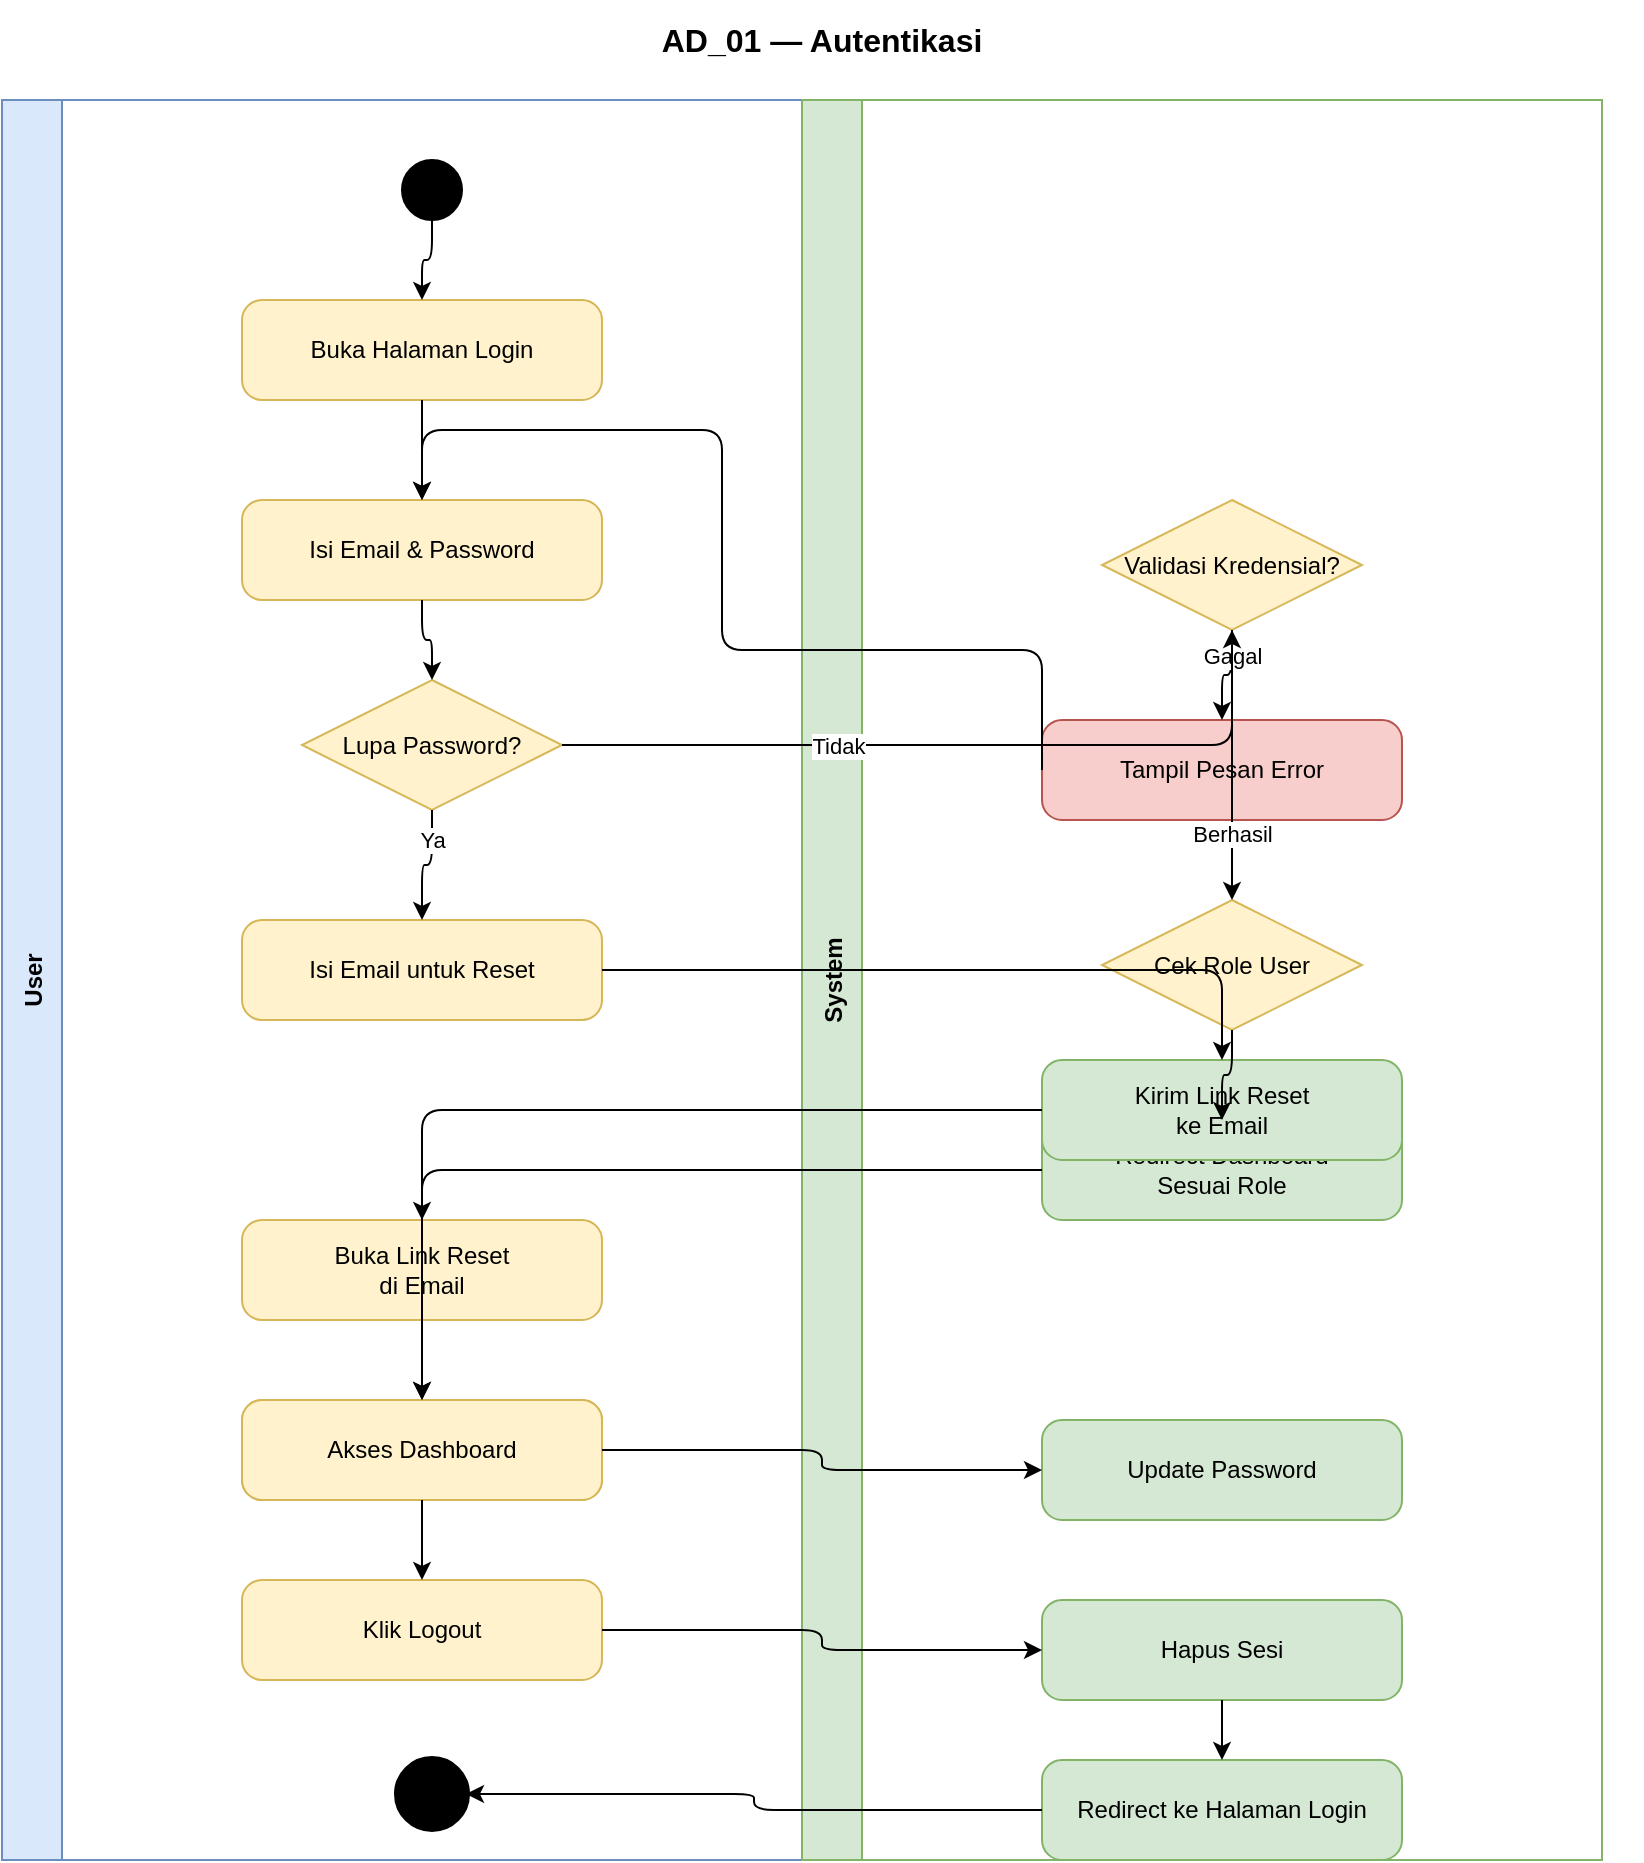
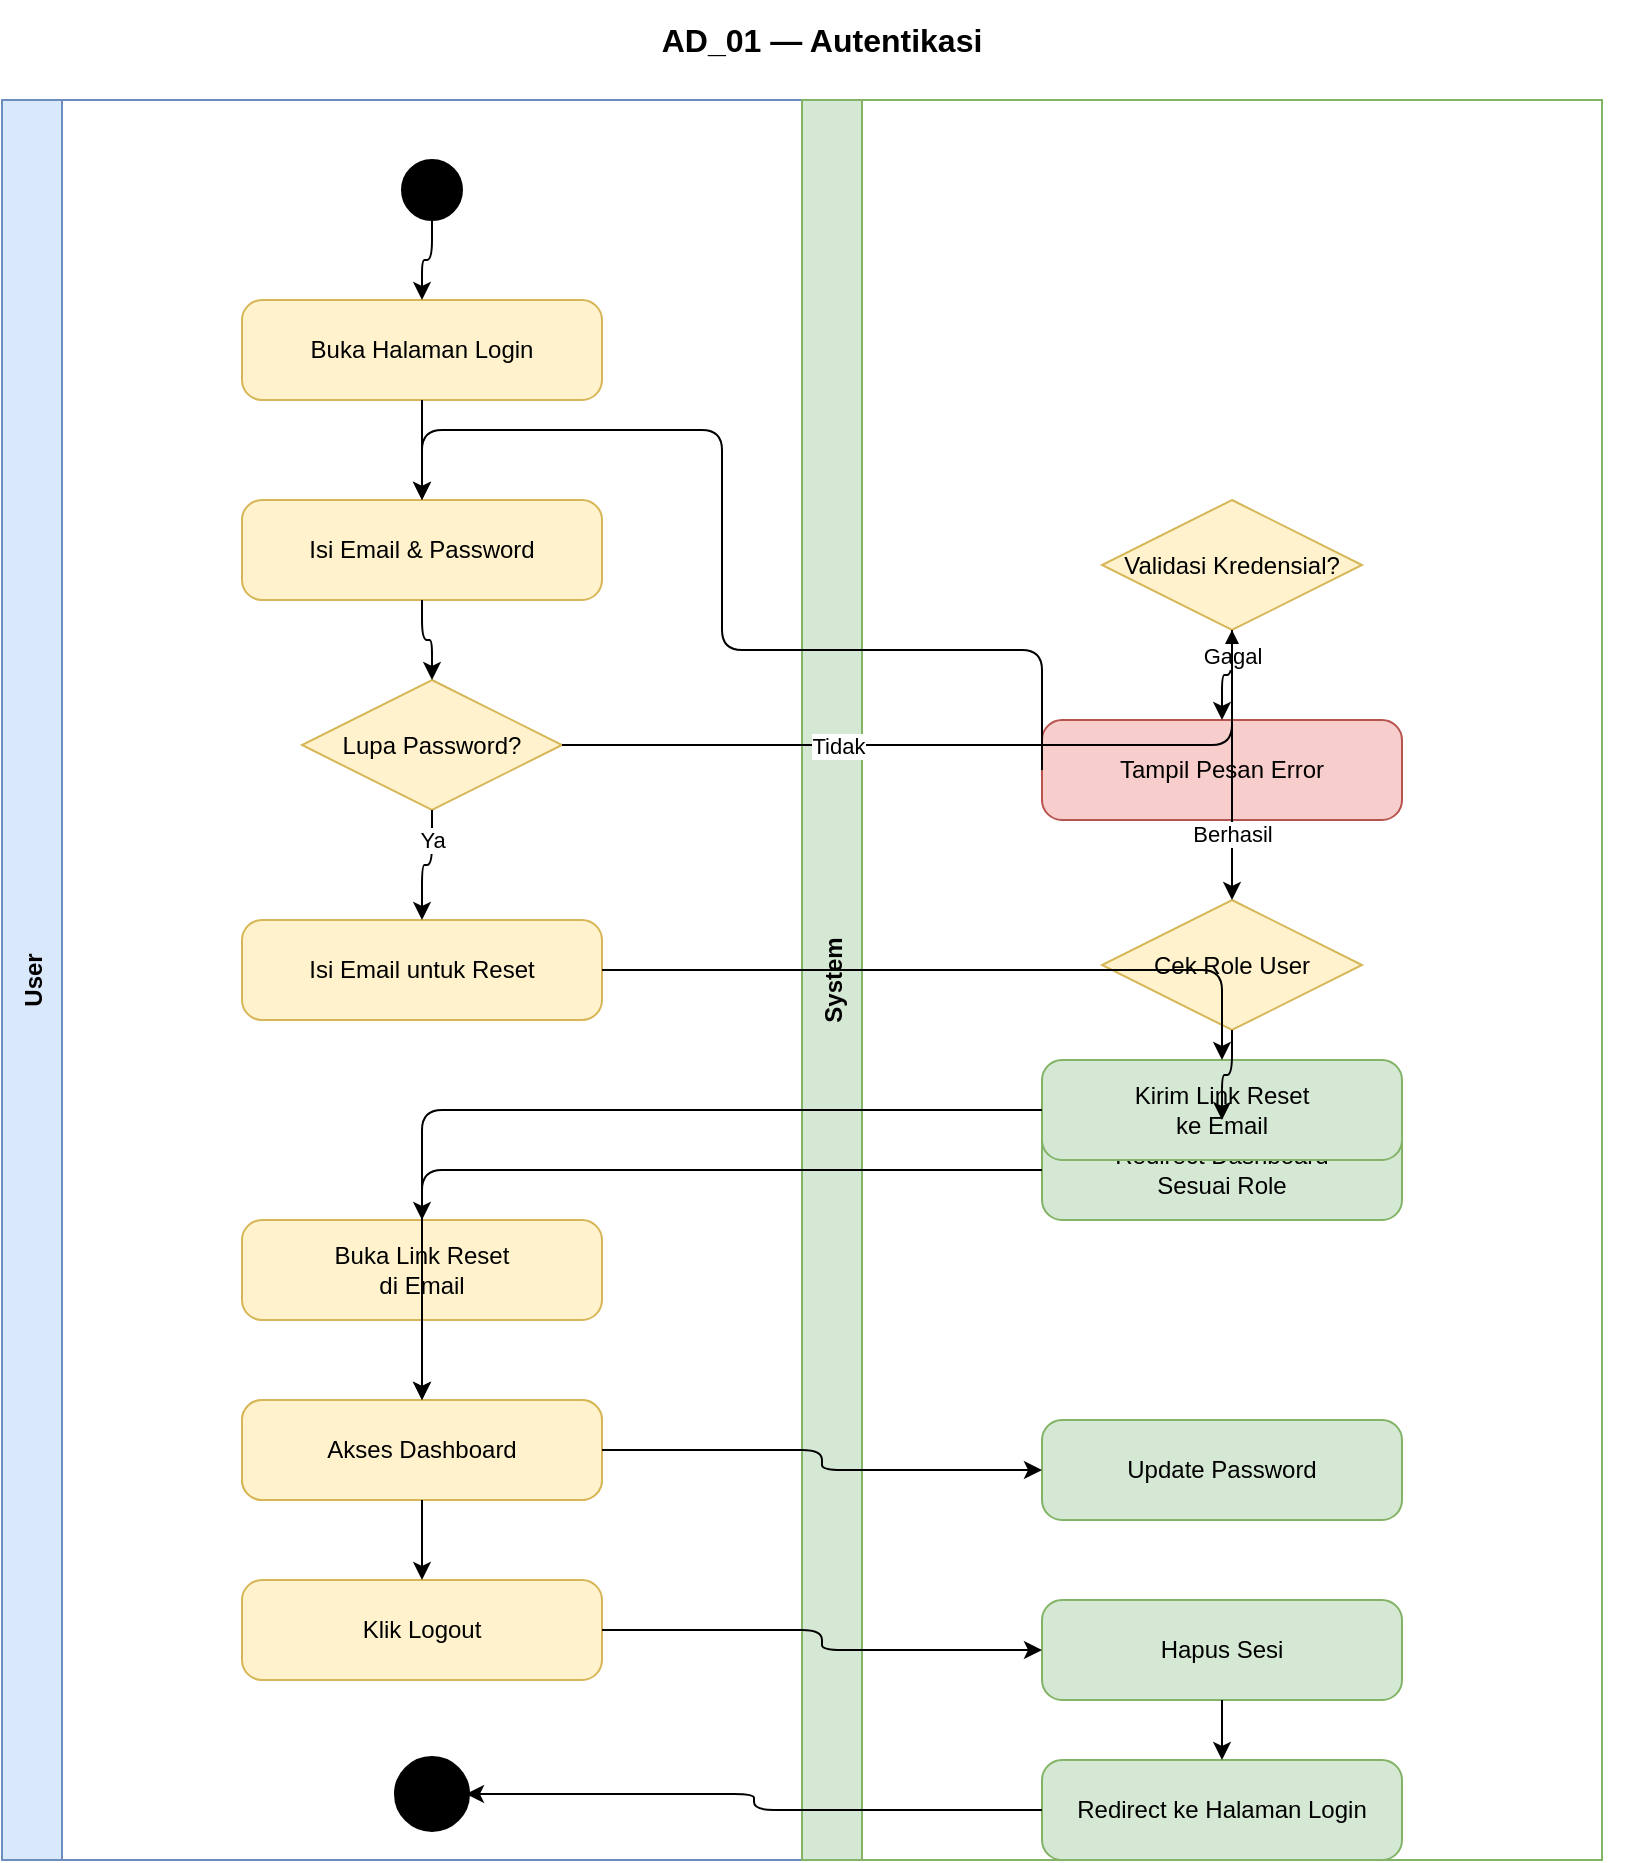
<?xml version="1.0" encoding="UTF-8"?>
- <mxGraphModel dx="1422" dy="762" grid="1" gridSize="10" guides="1" tooltips="1" connect="1" arrows="1" fold="1" page="1" pageScale="1" pageWidth="1169" pageHeight="827" math="0" shadow="0">
+ <mxfile host="app.diagrams.net">
+   <diagram name="Page-1">
+     <mxGraphModel dx="1422" dy="762" grid="1" gridSize="10" guides="1" tooltips="1" connect="1" arrows="1" fold="1" page="1" pageScale="1" pageWidth="1169" pageHeight="827" math="0" shadow="0">
  <root>
    <mxCell id="0"/>
    <mxCell id="1" parent="0"/>

    <!-- Title -->
    <mxCell id="title" value="AD_01 — Autentikasi" style="text;html=1;strokeColor=none;fillColor=none;align=center;verticalAlign=middle;whiteSpace=wrap;fontSize=16;fontStyle=1;" vertex="1" parent="1">
      <mxGeometry x="20" y="10" width="820" height="40" as="geometry"/>
    </mxCell>

    <!-- Lane 1: User -->
    <mxCell id="lane1" value="User" style="swimlane;startSize=30;horizontal=0;fillColor=#dae8fc;strokeColor=#6c8ebf;fontStyle=1;fontSize=12;" vertex="1" parent="1">
      <mxGeometry x="20" y="60" width="400" height="880" as="geometry"/>
    </mxCell>

    <!-- Lane 2: System -->
    <mxCell id="lane2" value="System" style="swimlane;startSize=30;horizontal=0;fillColor=#d5e8d4;strokeColor=#82b366;fontStyle=1;fontSize=12;" vertex="1" parent="1">
      <mxGeometry x="420" y="60" width="400" height="880" as="geometry"/>
    </mxCell>

    <!-- ===== USER LANE ===== -->

    <!-- Start -->
-     <mxCell id="u_start" value="" style="ellipse;aspect=fixed;fillColor=#000000;strokeColor=#000000;" vertex="1" parent="lane1">
-       <mxGeometry x="200" y="30" width="30" height="30" as="geometry"/>
+     <mxCell id="u_start" value="" style="ellipse;aspect=fixed;fillColor=#000000;strokeColor=#000000;" vertex="1" parent="1">
+       <mxGeometry x="220" y="90" width="30" height="30" as="geometry"/>
    </mxCell>

    <!-- Buka Halaman Login -->
-     <mxCell id="u_open" value="Buka Halaman Login" style="rounded=1;whiteSpace=wrap;html=1;fillColor=#fff2cc;strokeColor=#d6b656;arcSize=20;" vertex="1" parent="lane1">
-       <mxGeometry x="120" y="100" width="180" height="50" as="geometry"/>
+     <mxCell id="u_open" value="Buka Halaman Login" style="rounded=1;whiteSpace=wrap;html=1;fillColor=#fff2cc;strokeColor=#d6b656;arcSize=20;" vertex="1" parent="1">
+       <mxGeometry x="140" y="160" width="180" height="50" as="geometry"/>
    </mxCell>

    <!-- Isi Email & Password -->
-     <mxCell id="u_fill" value="Isi Email &amp; Password" style="rounded=1;whiteSpace=wrap;html=1;fillColor=#fff2cc;strokeColor=#d6b656;arcSize=20;" vertex="1" parent="lane1">
-       <mxGeometry x="120" y="200" width="180" height="50" as="geometry"/>
+     <mxCell id="u_fill" value="Isi Email &amp; Password" style="rounded=1;whiteSpace=wrap;html=1;fillColor=#fff2cc;strokeColor=#d6b656;arcSize=20;" vertex="1" parent="1">
+       <mxGeometry x="140" y="260" width="180" height="50" as="geometry"/>
    </mxCell>

    <!-- Klik Lupa Password? (Decision) -->
-     <mxCell id="u_forgot_dec" value="Lupa Password?" style="rhombus;whiteSpace=wrap;html=1;fillColor=#fff2cc;strokeColor=#d6b656;" vertex="1" parent="lane1">
-       <mxGeometry x="150" y="290" width="130" height="65" as="geometry"/>
+     <mxCell id="u_forgot_dec" value="Lupa Password?" style="rhombus;whiteSpace=wrap;html=1;fillColor=#fff2cc;strokeColor=#d6b656;" vertex="1" parent="1">
+       <mxGeometry x="170" y="350" width="130" height="65" as="geometry"/>
    </mxCell>

    <!-- Isi Email Reset -->
-     <mxCell id="u_reset_email" value="Isi Email untuk Reset" style="rounded=1;whiteSpace=wrap;html=1;fillColor=#fff2cc;strokeColor=#d6b656;arcSize=20;" vertex="1" parent="lane1">
-       <mxGeometry x="120" y="410" width="180" height="50" as="geometry"/>
+     <mxCell id="u_reset_email" value="Isi Email untuk Reset" style="rounded=1;whiteSpace=wrap;html=1;fillColor=#fff2cc;strokeColor=#d6b656;arcSize=20;" vertex="1" parent="1">
+       <mxGeometry x="140" y="470" width="180" height="50" as="geometry"/>
    </mxCell>

    <!-- Buka Link Reset di Email -->
-     <mxCell id="u_open_link" value="Buka Link Reset&lt;br&gt;di Email" style="rounded=1;whiteSpace=wrap;html=1;fillColor=#fff2cc;strokeColor=#d6b656;arcSize=20;" vertex="1" parent="lane1">
-       <mxGeometry x="120" y="560" width="180" height="50" as="geometry"/>
+     <mxCell id="u_open_link" value="Buka Link Reset&lt;br&gt;di Email" style="rounded=1;whiteSpace=wrap;html=1;fillColor=#fff2cc;strokeColor=#d6b656;arcSize=20;" vertex="1" parent="1">
+       <mxGeometry x="140" y="620" width="180" height="50" as="geometry"/>
    </mxCell>

    <!-- Isi Password Baru -->
-     <mxCell id="u_new_pass" value="Isi Password Baru" style="rounded=1;whiteSpace=wrap;html=1;fillColor=#fff2cc;strokeColor=#d6b656;arcSize=20;" vertex="1" parent="lane1">
-       <mxGeometry x="120" y="650" width="180" height="50" as="geometry"/>
+     <mxCell id="u_new_pass" value="Isi Password Baru" style="rounded=1;whiteSpace=wrap;html=1;fillColor=#fff2cc;strokeColor=#d6b656;arcSize=20;" vertex="1" parent="1">
+       <mxGeometry x="140" y="710" width="180" height="50" as="geometry"/>
    </mxCell>

    <!-- Akses Dashboard (main flow) -->
-     <mxCell id="u_dashboard" value="Akses Dashboard" style="rounded=1;whiteSpace=wrap;html=1;fillColor=#fff2cc;strokeColor=#d6b656;arcSize=20;" vertex="1" parent="lane1">
-       <mxGeometry x="120" y="650" width="180" height="50" as="geometry"/>
+     <mxCell id="u_dashboard" value="Akses Dashboard" style="rounded=1;whiteSpace=wrap;html=1;fillColor=#fff2cc;strokeColor=#d6b656;arcSize=20;" vertex="1" parent="1">
+       <mxGeometry x="140" y="710" width="180" height="50" as="geometry"/>
    </mxCell>

    <!-- Klik Logout -->
-     <mxCell id="u_logout" value="Klik Logout" style="rounded=1;whiteSpace=wrap;html=1;fillColor=#fff2cc;strokeColor=#d6b656;arcSize=20;" vertex="1" parent="lane1">
-       <mxGeometry x="120" y="740" width="180" height="50" as="geometry"/>
+     <mxCell id="u_logout" value="Klik Logout" style="rounded=1;whiteSpace=wrap;html=1;fillColor=#fff2cc;strokeColor=#d6b656;arcSize=20;" vertex="1" parent="1">
+       <mxGeometry x="140" y="800" width="180" height="50" as="geometry"/>
    </mxCell>

    <!-- End -->
-     <mxCell id="u_end" value="" style="ellipse;aspect=fixed;fillColor=#000000;strokeColor=#000000;strokeWidth=4;" vertex="1" parent="lane1">
-       <mxGeometry x="198" y="830" width="34" height="34" as="geometry"/>
+     <mxCell id="u_end" value="" style="ellipse;aspect=fixed;fillColor=#000000;strokeColor=#000000;strokeWidth=4;" vertex="1" parent="1">
+       <mxGeometry x="218" y="890" width="34" height="34" as="geometry"/>
    </mxCell>

    <!-- ===== SYSTEM LANE ===== -->

    <!-- Validasi Kredensial -->
-     <mxCell id="s_validate" value="Validasi Kredensial?" style="rhombus;whiteSpace=wrap;html=1;fillColor=#fff2cc;strokeColor=#d6b656;" vertex="1" parent="lane2">
-       <mxGeometry x="150" y="200" width="130" height="65" as="geometry"/>
+     <mxCell id="s_validate" value="Validasi Kredensial?" style="rhombus;whiteSpace=wrap;html=1;fillColor=#fff2cc;strokeColor=#d6b656;" vertex="1" parent="1">
+       <mxGeometry x="570" y="260" width="130" height="65" as="geometry"/>
    </mxCell>

    <!-- Tampil Pesan Error -->
-     <mxCell id="s_error" value="Tampil Pesan Error" style="rounded=1;whiteSpace=wrap;html=1;fillColor=#f8cecc;strokeColor=#b85450;arcSize=20;" vertex="1" parent="lane2">
-       <mxGeometry x="120" y="310" width="180" height="50" as="geometry"/>
+     <mxCell id="s_error" value="Tampil Pesan Error" style="rounded=1;whiteSpace=wrap;html=1;fillColor=#f8cecc;strokeColor=#b85450;arcSize=20;" vertex="1" parent="1">
+       <mxGeometry x="540" y="370" width="180" height="50" as="geometry"/>
    </mxCell>

    <!-- Cek Role User -->
-     <mxCell id="s_role" value="Cek Role User" style="rhombus;whiteSpace=wrap;html=1;fillColor=#fff2cc;strokeColor=#d6b656;" vertex="1" parent="lane2">
-       <mxGeometry x="150" y="400" width="130" height="65" as="geometry"/>
+     <mxCell id="s_role" value="Cek Role User" style="rhombus;whiteSpace=wrap;html=1;fillColor=#fff2cc;strokeColor=#d6b656;" vertex="1" parent="1">
+       <mxGeometry x="570" y="460" width="130" height="65" as="geometry"/>
    </mxCell>

    <!-- Redirect Sesuai Role -->
-     <mxCell id="s_redirect" value="Redirect Dashboard&lt;br&gt;Sesuai Role" style="rounded=1;whiteSpace=wrap;html=1;fillColor=#d5e8d4;strokeColor=#82b366;arcSize=20;" vertex="1" parent="lane2">
-       <mxGeometry x="120" y="510" width="180" height="50" as="geometry"/>
+     <mxCell id="s_redirect" value="Redirect Dashboard&lt;br&gt;Sesuai Role" style="rounded=1;whiteSpace=wrap;html=1;fillColor=#d5e8d4;strokeColor=#82b366;arcSize=20;" vertex="1" parent="1">
+       <mxGeometry x="540" y="570" width="180" height="50" as="geometry"/>
    </mxCell>

    <!-- Kirim Link Reset -->
-     <mxCell id="s_send_link" value="Kirim Link Reset&lt;br&gt;ke Email" style="rounded=1;whiteSpace=wrap;html=1;fillColor=#d5e8d4;strokeColor=#82b366;arcSize=20;" vertex="1" parent="lane2">
-       <mxGeometry x="120" y="480" width="180" height="50" as="geometry"/>
+     <mxCell id="s_send_link" value="Kirim Link Reset&lt;br&gt;ke Email" style="rounded=1;whiteSpace=wrap;html=1;fillColor=#d5e8d4;strokeColor=#82b366;arcSize=20;" vertex="1" parent="1">
+       <mxGeometry x="540" y="540" width="180" height="50" as="geometry"/>
    </mxCell>

    <!-- Update Password -->
-     <mxCell id="s_update_pass" value="Update Password" style="rounded=1;whiteSpace=wrap;html=1;fillColor=#d5e8d4;strokeColor=#82b366;arcSize=20;" vertex="1" parent="lane2">
-       <mxGeometry x="120" y="660" width="180" height="50" as="geometry"/>
+     <mxCell id="s_update_pass" value="Update Password" style="rounded=1;whiteSpace=wrap;html=1;fillColor=#d5e8d4;strokeColor=#82b366;arcSize=20;" vertex="1" parent="1">
+       <mxGeometry x="540" y="720" width="180" height="50" as="geometry"/>
    </mxCell>

    <!-- Hapus Sesi -->
-     <mxCell id="s_clear" value="Hapus Sesi" style="rounded=1;whiteSpace=wrap;html=1;fillColor=#d5e8d4;strokeColor=#82b366;arcSize=20;" vertex="1" parent="lane2">
-       <mxGeometry x="120" y="750" width="180" height="50" as="geometry"/>
+     <mxCell id="s_clear" value="Hapus Sesi" style="rounded=1;whiteSpace=wrap;html=1;fillColor=#d5e8d4;strokeColor=#82b366;arcSize=20;" vertex="1" parent="1">
+       <mxGeometry x="540" y="810" width="180" height="50" as="geometry"/>
    </mxCell>

    <!-- Redirect ke Login -->
-     <mxCell id="s_redir_login" value="Redirect ke Halaman Login" style="rounded=1;whiteSpace=wrap;html=1;fillColor=#d5e8d4;strokeColor=#82b366;arcSize=20;" vertex="1" parent="lane2">
-       <mxGeometry x="120" y="830" width="180" height="50" as="geometry"/>
+     <mxCell id="s_redir_login" value="Redirect ke Halaman Login" style="rounded=1;whiteSpace=wrap;html=1;fillColor=#d5e8d4;strokeColor=#82b366;arcSize=20;" vertex="1" parent="1">
+       <mxGeometry x="540" y="890" width="180" height="50" as="geometry"/>
    </mxCell>

    <!-- ===== EDGES ===== -->

    <!-- Start → Buka Login -->
-     <mxCell id="e1" style="edgeStyle=orthogonalEdgeStyle;" edge="1" source="u_start" target="u_open" parent="lane1">
+     <mxCell id="e1" style="edgeStyle=orthogonalEdgeStyle;" edge="1" source="u_start" target="u_open" parent="1">
      <mxGeometry relative="1" as="geometry"/>
    </mxCell>

    <!-- Buka Login → Isi Form -->
-     <mxCell id="e2" style="edgeStyle=orthogonalEdgeStyle;" edge="1" source="u_open" target="u_fill" parent="lane1">
+     <mxCell id="e2" style="edgeStyle=orthogonalEdgeStyle;" edge="1" source="u_open" target="u_fill" parent="1">
      <mxGeometry relative="1" as="geometry"/>
    </mxCell>

    <!-- Isi Form → Lupa Password? -->
-     <mxCell id="e3" style="edgeStyle=orthogonalEdgeStyle;" edge="1" source="u_fill" target="u_forgot_dec" parent="lane1">
+     <mxCell id="e3" style="edgeStyle=orthogonalEdgeStyle;" edge="1" source="u_fill" target="u_forgot_dec" parent="1">
      <mxGeometry relative="1" as="geometry"/>
    </mxCell>

    <!-- Lupa Password? → Isi Email Reset (Ya) -->
-     <mxCell id="e4" style="edgeStyle=orthogonalEdgeStyle;" edge="1" source="u_forgot_dec" target="u_reset_email" parent="lane1">
+     <mxCell id="e4" style="edgeStyle=orthogonalEdgeStyle;" edge="1" source="u_forgot_dec" target="u_reset_email" parent="1">
      <mxGeometry relative="1" as="geometry"/>
    </mxCell>
    <mxCell id="e4_lbl" value="Ya" style="edgeLabel;html=1;align=center;verticalAlign=middle;resizable=0;" vertex="1" connectable="0" parent="e4">
      <mxGeometry x="-0.5" relative="1" as="geometry"><mxPoint as="offset"/></mxGeometry>
    </mxCell>

    <!-- Lupa Password? → System Validasi (Tidak = Login biasa) -->
    <mxCell id="e5" style="edgeStyle=orthogonalEdgeStyle;" edge="1" source="u_forgot_dec" target="s_validate" parent="1">
      <mxGeometry relative="1" as="geometry"/>
    </mxCell>
    <mxCell id="e5_lbl" value="Tidak" style="edgeLabel;html=1;align=center;verticalAlign=middle;resizable=0;" vertex="1" connectable="0" parent="e5">
      <mxGeometry x="-0.3" relative="1" as="geometry"><mxPoint as="offset"/></mxGeometry>
    </mxCell>

    <!-- User Isi Email Reset → System Kirim Link -->
    <mxCell id="e6" style="edgeStyle=orthogonalEdgeStyle;" edge="1" source="u_reset_email" target="s_send_link" parent="1">
      <mxGeometry relative="1" as="geometry"/>
    </mxCell>

    <!-- System Kirim Link → User Buka Link -->
    <mxCell id="e7" style="edgeStyle=orthogonalEdgeStyle;" edge="1" source="s_send_link" target="u_open_link" parent="1">
      <mxGeometry relative="1" as="geometry"/>
    </mxCell>

    <!-- User Buka Link → Isi Password Baru -->
-     <mxCell id="e8" style="edgeStyle=orthogonalEdgeStyle;" edge="1" source="u_open_link" target="u_new_pass" parent="lane1">
+     <mxCell id="e8" style="edgeStyle=orthogonalEdgeStyle;" edge="1" source="u_open_link" target="u_new_pass" parent="1">
      <mxGeometry relative="1" as="geometry"/>
    </mxCell>

    <!-- User Isi Password Baru → System Update Password -->
    <mxCell id="e9" style="edgeStyle=orthogonalEdgeStyle;" edge="1" source="u_new_pass" target="s_update_pass" parent="1">
      <mxGeometry relative="1" as="geometry"/>
    </mxCell>

    <!-- System Validate → Tampil Error (Gagal) -->
-     <mxCell id="e10" style="edgeStyle=orthogonalEdgeStyle;" edge="1" source="s_validate" target="s_error" parent="lane2">
+     <mxCell id="e10" style="edgeStyle=orthogonalEdgeStyle;" edge="1" source="s_validate" target="s_error" parent="1">
      <mxGeometry relative="1" as="geometry"/>
    </mxCell>
    <mxCell id="e10_lbl" value="Gagal" style="edgeLabel;html=1;align=center;verticalAlign=middle;resizable=0;" vertex="1" connectable="0" parent="e10">
      <mxGeometry x="-0.5" relative="1" as="geometry"><mxPoint as="offset"/></mxGeometry>
    </mxCell>

    <!-- System Error → User Isi Form (loop back) -->
    <mxCell id="e11" style="edgeStyle=orthogonalEdgeStyle;exitX=0;exitY=0.5;exitDx=0;exitDy=0;" edge="1" source="s_error" target="u_fill" parent="1">
      <mxGeometry relative="1" as="geometry">
        <Array as="points">
          <mxPoint x="380" y="335"/>
          <mxPoint x="380" y="225"/>
        </Array>
      </mxGeometry>
    </mxCell>

    <!-- System Validate → Cek Role (Berhasil) -->
-     <mxCell id="e12" style="edgeStyle=orthogonalEdgeStyle;" edge="1" source="s_validate" target="s_role" parent="lane2">
+     <mxCell id="e12" style="edgeStyle=orthogonalEdgeStyle;" edge="1" source="s_validate" target="s_role" parent="1">
      <mxGeometry relative="1" as="geometry"/>
    </mxCell>
    <mxCell id="e12_lbl" value="Berhasil" style="edgeLabel;html=1;align=center;verticalAlign=middle;resizable=0;" vertex="1" connectable="0" parent="e12">
      <mxGeometry x="0.5" relative="1" as="geometry"><mxPoint as="offset"/></mxGeometry>
    </mxCell>

    <!-- System Cek Role → Redirect -->
-     <mxCell id="e13" style="edgeStyle=orthogonalEdgeStyle;" edge="1" source="s_role" target="s_redirect" parent="lane2">
+     <mxCell id="e13" style="edgeStyle=orthogonalEdgeStyle;" edge="1" source="s_role" target="s_redirect" parent="1">
      <mxGeometry relative="1" as="geometry"/>
    </mxCell>

    <!-- System Redirect → User Dashboard -->
    <mxCell id="e14" style="edgeStyle=orthogonalEdgeStyle;" edge="1" source="s_redirect" target="u_dashboard" parent="1">
      <mxGeometry relative="1" as="geometry"/>
    </mxCell>

    <!-- User Dashboard → Logout -->
-     <mxCell id="e15" style="edgeStyle=orthogonalEdgeStyle;" edge="1" source="u_dashboard" target="u_logout" parent="lane1">
+     <mxCell id="e15" style="edgeStyle=orthogonalEdgeStyle;" edge="1" source="u_dashboard" target="u_logout" parent="1">
      <mxGeometry relative="1" as="geometry"/>
    </mxCell>

    <!-- User Logout → System Hapus Sesi -->
    <mxCell id="e16" style="edgeStyle=orthogonalEdgeStyle;" edge="1" source="u_logout" target="s_clear" parent="1">
      <mxGeometry relative="1" as="geometry"/>
    </mxCell>

    <!-- System Hapus Sesi → Redirect Login -->
-     <mxCell id="e17" style="edgeStyle=orthogonalEdgeStyle;" edge="1" source="s_clear" target="s_redir_login" parent="lane2">
+     <mxCell id="e17" style="edgeStyle=orthogonalEdgeStyle;" edge="1" source="s_clear" target="s_redir_login" parent="1">
      <mxGeometry relative="1" as="geometry"/>
    </mxCell>

    <!-- System Redirect Login → End -->
    <mxCell id="e18" style="edgeStyle=orthogonalEdgeStyle;" edge="1" source="s_redir_login" target="u_end" parent="1">
      <mxGeometry relative="1" as="geometry"/>
    </mxCell>

  </root>
</mxGraphModel>
+   </diagram>
+ </mxfile>
